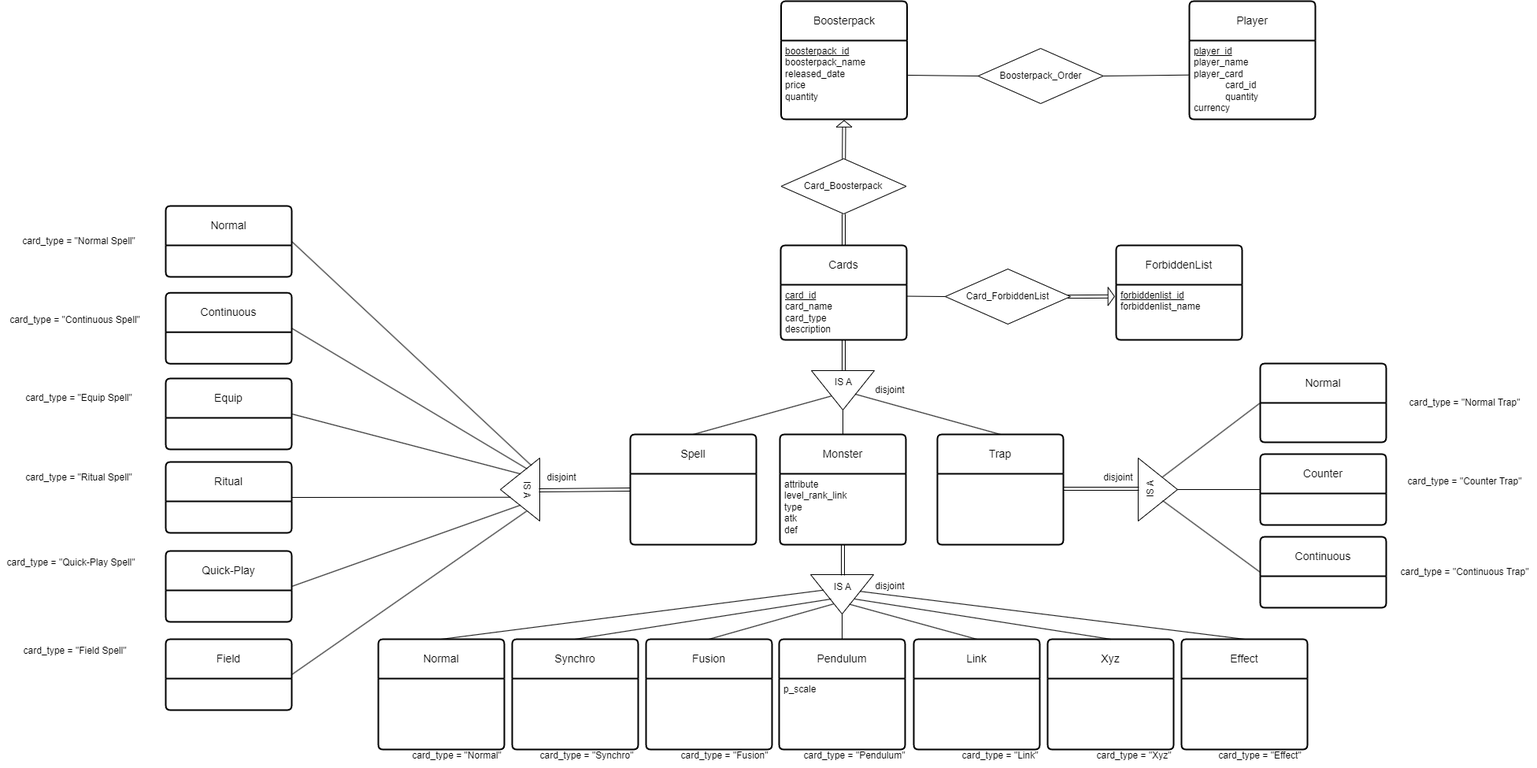
Above: Data Storing/design/ERDiagram.png in wargabasdat/Seleksi-2023-Tugas-1 (draw.io), before the change. Source tidied: cells renumbered, new cells last; positions are measured from the earlier drawing's top-left corner, leaving out a move shared by most shapes.
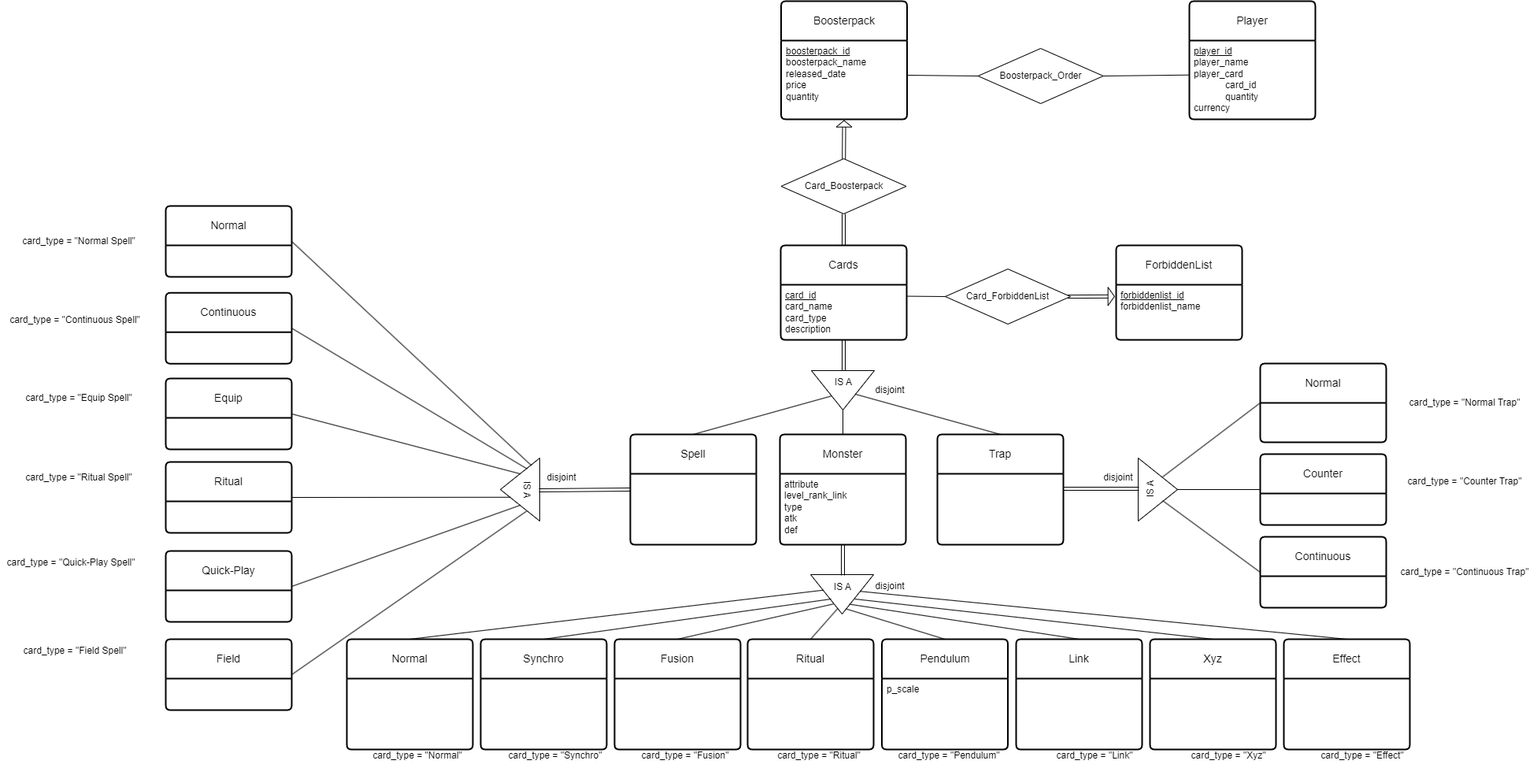
After the change.

What changed in the source:
```diff
@@ -59,11 +59,11 @@
     <mxCell id="19" style="endArrow=none;html=1;rounded=0;entryX=0.5;entryY=0;entryDx=0;entryDy=0;exitX=1;exitY=0.5;exitDx=0;exitDy=0;" parent="1" edge="1" source="5" target="8">
       <mxGeometry relative="1" as="geometry" />
     </mxCell>
-    <mxCell id="20" style="endArrow=none;html=1;rounded=0;exitX=1;exitY=0.5;exitDx=0;exitDy=0;entryX=0.5;entryY=0;entryDx=0;entryDy=0;" parent="1" edge="1" source="16" target="21">
+    <mxCell id="20" style="endArrow=none;html=1;rounded=0;entryX=0.5;entryY=0;entryDx=0;entryDy=0;exitX=0.869;exitY=0.439;exitDx=0;exitDy=0;exitPerimeter=0;" parent="1" edge="1" source="16" target="21">
       <mxGeometry relative="1" as="geometry" />
     </mxCell>
     <mxCell id="21" value="Pendulum" style="swimlane;horizontal=1;startSize=50;rounded=1;fontSize=14;fontStyle=0;strokeWidth=2;shadow=0;dashed=0;align=center;arcSize=4;whiteSpace=wrap;html=1;" parent="1" vertex="1">
-      <mxGeometry x="989" y="810" width="160" height="140" as="geometry" />
+      <mxGeometry x="1119.5" y="810" width="160" height="140" as="geometry" />
     </mxCell>
     <mxCell id="22" value="&lt;div&gt;p_scale&lt;/div&gt;" style="align=left;strokeColor=none;fillColor=none;spacingLeft=4;fontSize=12;verticalAlign=top;html=1;" parent="21" vertex="1">
       <mxGeometry y="50" width="160" height="90" as="geometry" />
@@ -72,10 +72,10 @@
       <mxGeometry relative="1" as="geometry" />
     </mxCell>
     <mxCell id="24" value="Link" style="swimlane;horizontal=1;startSize=50;rounded=1;fontSize=14;fontStyle=0;strokeWidth=2;shadow=0;dashed=0;align=center;arcSize=4;whiteSpace=wrap;html=1;" parent="1" vertex="1">
-      <mxGeometry x="1160" y="810" width="160" height="140" as="geometry" />
+      <mxGeometry x="1290" y="810" width="160" height="140" as="geometry" />
     </mxCell>
     <mxCell id="25" value="Xyz" style="swimlane;horizontal=1;startSize=50;rounded=1;fontSize=14;fontStyle=0;strokeWidth=2;shadow=0;dashed=0;align=center;arcSize=4;whiteSpace=wrap;html=1;" parent="1" vertex="1">
-      <mxGeometry x="1330" y="810" width="160" height="140" as="geometry" />
+      <mxGeometry x="1460" y="810" width="160" height="140" as="geometry" />
     </mxCell>
     <mxCell id="26" style="endArrow=none;html=1;rounded=0;exitX=0.75;exitY=1;exitDx=0;exitDy=0;entryX=0.5;entryY=0;entryDx=0;entryDy=0;" parent="1" edge="1" source="17" target="25">
       <mxGeometry relative="1" as="geometry" />
@@ -84,25 +84,25 @@
       <mxGeometry relative="1" as="geometry" />
     </mxCell>
     <mxCell id="28" value="Fusion" style="swimlane;horizontal=1;startSize=50;rounded=1;fontSize=14;fontStyle=0;strokeWidth=2;shadow=0;dashed=0;align=center;arcSize=4;whiteSpace=wrap;html=1;" parent="1" vertex="1">
-      <mxGeometry x="820" y="810" width="160" height="140" as="geometry" />
+      <mxGeometry x="780" y="810" width="160" height="140" as="geometry" />
     </mxCell>
     <mxCell id="29" style="endArrow=none;html=1;rounded=0;entryX=0.25;entryY=1;entryDx=0;entryDy=0;exitX=0.5;exitY=0;exitDx=0;exitDy=0;" parent="1" edge="1" source="30" target="17">
       <mxGeometry relative="1" as="geometry" />
     </mxCell>
     <mxCell id="30" value="Synchro" style="swimlane;horizontal=1;startSize=50;rounded=1;fontSize=14;fontStyle=0;strokeWidth=2;shadow=0;dashed=0;align=center;arcSize=4;whiteSpace=wrap;html=1;" parent="1" vertex="1">
-      <mxGeometry x="650" y="810" width="160" height="140" as="geometry" />
+      <mxGeometry x="610" y="810" width="160" height="140" as="geometry" />
     </mxCell>
     <mxCell id="31" style="endArrow=none;html=1;rounded=0;entryX=0.395;entryY=0.801;entryDx=0;entryDy=0;entryPerimeter=0;exitX=0.5;exitY=0;exitDx=0;exitDy=0;" parent="1" edge="1" source="32" target="16">
       <mxGeometry relative="1" as="geometry" />
     </mxCell>
     <mxCell id="32" value="Normal" style="swimlane;horizontal=1;startSize=50;rounded=1;fontSize=14;fontStyle=0;strokeWidth=2;shadow=0;dashed=0;align=center;arcSize=4;whiteSpace=wrap;html=1;" parent="1" vertex="1">
-      <mxGeometry x="480" y="810" width="160" height="140" as="geometry" />
+      <mxGeometry x="440" y="810" width="160" height="140" as="geometry" />
     </mxCell>
     <mxCell id="33" style="endArrow=none;html=1;rounded=0;exitX=0.424;exitY=0.219;exitDx=0;exitDy=0;exitPerimeter=0;entryX=0.5;entryY=0;entryDx=0;entryDy=0;" parent="1" edge="1" source="16" target="34">
       <mxGeometry relative="1" as="geometry" />
     </mxCell>
     <mxCell id="34" value="Effect" style="swimlane;horizontal=1;startSize=50;rounded=1;fontSize=14;fontStyle=0;strokeWidth=2;shadow=0;dashed=0;align=center;arcSize=4;whiteSpace=wrap;html=1;" parent="1" vertex="1">
-      <mxGeometry x="1500" y="810" width="160" height="140" as="geometry" />
+      <mxGeometry x="1630" y="810" width="160" height="140" as="geometry" />
     </mxCell>
     <mxCell id="35" value="Card_Boosterpack" style="shape=rhombus;perimeter=rhombusPerimeter;whiteSpace=wrap;html=1;align=center;" parent="1" vertex="1">
       <mxGeometry x="991.5" y="200" width="159" height="70" as="geometry" />
@@ -168,25 +168,25 @@
       <mxGeometry y="50" width="160" height="70" as="geometry" />
     </mxCell>
     <mxCell id="56" value="card_type = &quot;Effect&quot;" style="text;html=1;strokeColor=none;fillColor=none;align=center;verticalAlign=middle;whiteSpace=wrap;rounded=0;" parent="1" vertex="1">
-      <mxGeometry x="1540" y="943" width="120" height="30" as="geometry" />
+      <mxGeometry x="1670" y="943" width="120" height="30" as="geometry" />
     </mxCell>
     <mxCell id="57" value="card_type = &quot;Xyz&quot;" style="text;html=1;strokeColor=none;fillColor=none;align=center;verticalAlign=middle;whiteSpace=wrap;rounded=0;" parent="1" vertex="1">
-      <mxGeometry x="1380" y="943" width="120" height="30" as="geometry" />
+      <mxGeometry x="1500" y="943" width="120" height="30" as="geometry" />
     </mxCell>
     <mxCell id="58" value="card_type = &quot;Link&quot;" style="text;html=1;strokeColor=none;fillColor=none;align=center;verticalAlign=middle;whiteSpace=wrap;rounded=0;" parent="1" vertex="1">
-      <mxGeometry x="1210" y="943" width="120" height="30" as="geometry" />
+      <mxGeometry x="1330" y="943" width="120" height="30" as="geometry" />
     </mxCell>
     <mxCell id="59" value="card_type = &quot;Pendulum&quot;" style="text;html=1;strokeColor=none;fillColor=none;align=center;verticalAlign=middle;whiteSpace=wrap;rounded=0;" parent="1" vertex="1">
-      <mxGeometry x="1010" y="943" width="150" height="30" as="geometry" />
+      <mxGeometry x="1129.5" y="943" width="150" height="30" as="geometry" />
     </mxCell>
     <mxCell id="60" value="card_type = &quot;Fusion&quot;" style="text;html=1;strokeColor=none;fillColor=none;align=center;verticalAlign=middle;whiteSpace=wrap;rounded=0;" parent="1" vertex="1">
-      <mxGeometry x="860" y="943" width="120" height="30" as="geometry" />
+      <mxGeometry x="810" y="943" width="120" height="30" as="geometry" />
     </mxCell>
     <mxCell id="61" value="card_type = &quot;Synchro&quot;" style="text;html=1;strokeColor=none;fillColor=none;align=center;verticalAlign=middle;whiteSpace=wrap;rounded=0;" parent="1" vertex="1">
-      <mxGeometry x="680" y="943" width="130" height="30" as="geometry" />
+      <mxGeometry x="640" y="943" width="130" height="30" as="geometry" />
     </mxCell>
     <mxCell id="62" value="card_type = &quot;Normal&quot;" style="text;html=1;strokeColor=none;fillColor=none;align=center;verticalAlign=middle;whiteSpace=wrap;rounded=0;" parent="1" vertex="1">
-      <mxGeometry x="520" y="943" width="120" height="30" as="geometry" />
+      <mxGeometry x="470" y="943" width="120" height="30" as="geometry" />
     </mxCell>
     <mxCell id="63" value="disjoint" style="text;html=1;strokeColor=none;fillColor=none;align=center;verticalAlign=middle;whiteSpace=wrap;rounded=0;" parent="1" vertex="1">
       <mxGeometry x="1100" y="728" width="60" height="30" as="geometry" />
@@ -321,5 +321,14 @@
     <mxCell id="105" value="&lt;div&gt;&lt;u&gt;player_id&lt;/u&gt;&lt;/div&gt;&lt;div&gt;player_name&lt;/div&gt;&lt;div&gt;player_card&lt;/div&gt;&lt;blockquote style=&quot;margin: 0 0 0 40px; border: none; padding: 0px;&quot;&gt;&lt;div&gt;card_id&lt;/div&gt;&lt;div&gt;&lt;span style=&quot;&quot;&gt;quantity&lt;/span&gt;&lt;/div&gt;&lt;/blockquote&gt;&lt;div&gt;&lt;span style=&quot;&quot;&gt;&lt;/span&gt;&lt;/div&gt;&lt;div&gt;currency&lt;/div&gt;" style="align=left;strokeColor=none;fillColor=none;spacingLeft=4;fontSize=12;verticalAlign=top;html=1;" parent="104" vertex="1">
       <mxGeometry y="50" width="160" height="100" as="geometry" />
     </mxCell>
+    <mxCell id="106" value="Ritual" style="swimlane;horizontal=1;startSize=50;rounded=1;fontSize=14;fontStyle=0;strokeWidth=2;shadow=0;dashed=0;align=center;arcSize=4;whiteSpace=wrap;html=1;" parent="1" vertex="1">
+      <mxGeometry x="949" y="810" width="160" height="140" as="geometry" />
+    </mxCell>
+    <mxCell id="107" style="endArrow=none;html=1;rounded=0;entryX=0.857;entryY=0.568;entryDx=0;entryDy=0;entryPerimeter=0;exitX=0.5;exitY=0;exitDx=0;exitDy=0;" parent="1" edge="1" source="106" target="16">
+      <mxGeometry relative="1" as="geometry" />
+    </mxCell>
+    <mxCell id="108" value="card_type = &quot;Ritual&quot;" style="text;html=1;strokeColor=none;fillColor=none;align=center;verticalAlign=middle;whiteSpace=wrap;rounded=0;" parent="1" vertex="1">
+      <mxGeometry x="980" y="943" width="120" height="30" as="geometry" />
+    </mxCell>
   </root>
 </mxGraphModel>
```
